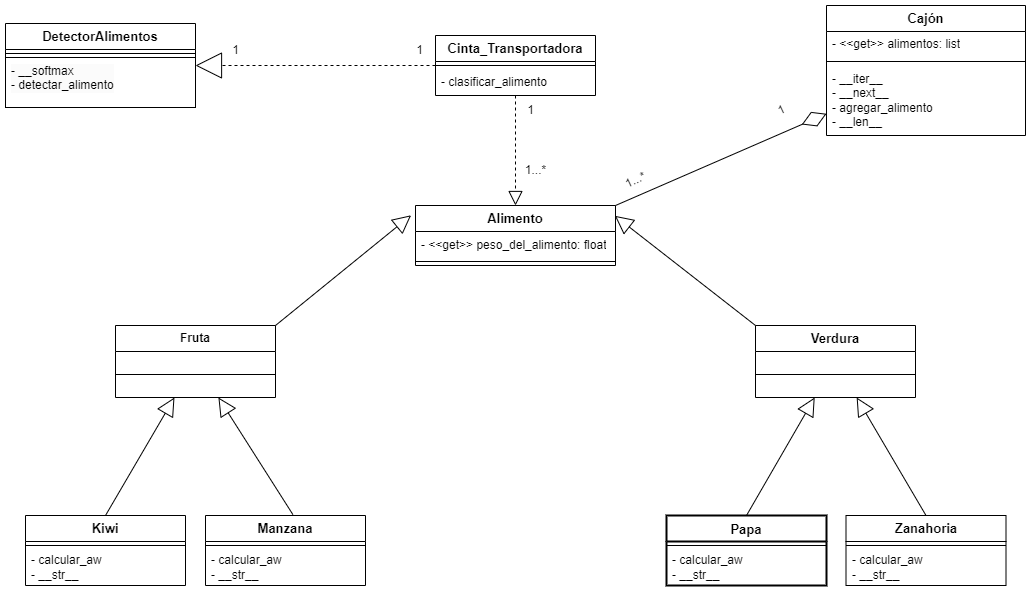
This is TrabajoPractico_2/proyecto_2 Cinta Transportadora/docs/Diagrama TP2 parte 2.drawio.png from acaporizzo/PA_2024, a draw.io export, as it was before one commit. Source tidied: cells renumbered, new cells last; positions are measured from the earlier drawing's top-left corner, leaving out a move shared by most shapes.
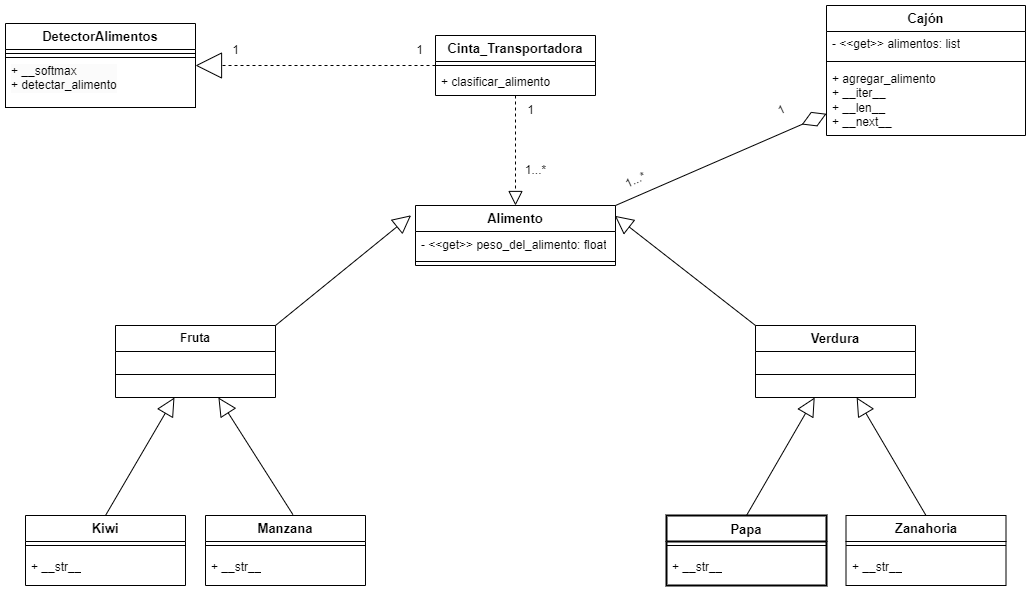
After the commit.

Commit message:
arreglé uml

What changed in the source:
```diff
@@ -20,7 +20,7 @@
     <mxCell id="7" style="line;strokeWidth=1;fillColor=none;align=left;verticalAlign=middle;spacingTop=-1;spacingLeft=3;spacingRight=3;labelPosition=right;strokeColor=inherit;swimlaneLine=1;" parent="5" vertex="1">
       <mxGeometry y="52" width="199" height="8" as="geometry" />
     </mxCell>
-    <mxCell id="8" value="- __iter__&lt;br&gt;- __next__&lt;br&gt;- agregar_alimento&lt;br&gt;- __len__" style="text;strokeColor=none;fillColor=none;align=left;verticalAlign=middle;spacingLeft=4;spacingRight=4;overflow=hidden;whiteSpace=wrap;html=1;swimlaneLine=1;" parent="5" vertex="1">
+    <mxCell id="8" value="&lt;div&gt;+ agregar_alimento&lt;br&gt;&lt;/div&gt;+ __iter__&lt;br&gt;+ __len__&lt;br&gt;&lt;div&gt;+ __next__&lt;br&gt;&lt;/div&gt;" style="text;strokeColor=none;fillColor=none;align=left;verticalAlign=middle;spacingLeft=4;spacingRight=4;overflow=hidden;whiteSpace=wrap;html=1;swimlaneLine=1;" parent="5" vertex="1">
       <mxGeometry y="60" width="199" height="70" as="geometry" />
     </mxCell>
     <mxCell id="9" value="&lt;font style=&quot;font-size: 13px;&quot;&gt;Cinta_Transportadora&lt;/font&gt;" style="swimlane;fontStyle=1;align=center;verticalAlign=middle;horizontal=1;startSize=26;whiteSpace=wrap;html=1;fillColor=none;strokeColor=default;swimlaneLine=1;" parent="1" vertex="1">
@@ -29,7 +29,7 @@
     <mxCell id="10" style="line;strokeWidth=1;fillColor=none;align=left;verticalAlign=middle;spacingTop=-1;spacingLeft=3;spacingRight=3;labelPosition=right;strokeColor=inherit;swimlaneLine=1;" parent="9" vertex="1">
       <mxGeometry y="26" width="160" height="8" as="geometry" />
     </mxCell>
-    <mxCell id="11" value="- clasificar_alimento" style="text;strokeColor=none;fillColor=none;align=left;verticalAlign=middle;spacingLeft=4;spacingRight=4;overflow=hidden;whiteSpace=wrap;html=1;swimlaneLine=1;" parent="9" vertex="1">
+    <mxCell id="11" value="+ clasificar_alimento" style="text;strokeColor=none;fillColor=none;align=left;verticalAlign=middle;spacingLeft=4;spacingRight=4;overflow=hidden;whiteSpace=wrap;html=1;swimlaneLine=1;" parent="9" vertex="1">
       <mxGeometry y="34" width="160" height="26" as="geometry" />
     </mxCell>
     <mxCell id="12" value="Fruta" style="swimlane;fontStyle=1;align=center;verticalAlign=middle;horizontal=1;startSize=26;whiteSpace=wrap;html=1;fillColor=default;strokeColor=default;swimlaneLine=1;" parent="1" vertex="1">
@@ -58,7 +58,7 @@
     <mxCell id="19" style="line;strokeWidth=1;fillColor=none;align=left;verticalAlign=middle;spacingTop=-1;spacingLeft=3;spacingRight=3;labelPosition=right;strokeColor=inherit;swimlaneLine=1;" parent="18" vertex="1">
       <mxGeometry y="26" width="160" height="8" as="geometry" />
     </mxCell>
-    <mxCell id="20" value="- calcular_aw&lt;br style=&quot;border-color: var(--border-color);&quot;&gt;- __str__" style="text;strokeColor=none;fillColor=none;align=left;verticalAlign=middle;spacingLeft=4;spacingRight=4;overflow=hidden;whiteSpace=wrap;html=1;swimlaneLine=1;" parent="18" vertex="1">
+    <mxCell id="20" value="+ __str__" style="text;strokeColor=none;fillColor=none;align=left;verticalAlign=middle;spacingLeft=4;spacingRight=4;overflow=hidden;whiteSpace=wrap;html=1;swimlaneLine=1;" parent="18" vertex="1">
       <mxGeometry y="34" width="160" height="36" as="geometry" />
     </mxCell>
     <mxCell id="21" value="&lt;font style=&quot;font-size: 13px;&quot;&gt;Kiwi&lt;/font&gt;" style="swimlane;fontStyle=1;align=center;verticalAlign=middle;horizontal=1;startSize=26;whiteSpace=wrap;html=1;fillColor=none;strokeColor=default;swimlaneLine=1;" parent="1" vertex="1">
@@ -67,7 +67,7 @@
     <mxCell id="22" style="line;strokeWidth=1;fillColor=none;align=left;verticalAlign=middle;spacingTop=-1;spacingLeft=3;spacingRight=3;labelPosition=right;strokeColor=inherit;swimlaneLine=1;" parent="21" vertex="1">
       <mxGeometry y="26" width="160" height="8" as="geometry" />
     </mxCell>
-    <mxCell id="23" value="- calcular_aw&lt;br&gt;- __str__" style="text;strokeColor=none;fillColor=none;align=left;verticalAlign=middle;spacingLeft=4;spacingRight=4;overflow=hidden;whiteSpace=wrap;html=1;swimlaneLine=1;" parent="21" vertex="1">
+    <mxCell id="23" value="+ __str__" style="text;strokeColor=none;fillColor=none;align=left;verticalAlign=middle;spacingLeft=4;spacingRight=4;overflow=hidden;whiteSpace=wrap;html=1;swimlaneLine=1;" parent="21" vertex="1">
       <mxGeometry y="34" width="160" height="36" as="geometry" />
     </mxCell>
     <mxCell id="24" value="&lt;font style=&quot;font-size: 13px;&quot;&gt;Papa&lt;/font&gt;" style="swimlane;fontStyle=1;align=center;verticalAlign=top;horizontal=1;startSize=26;whiteSpace=wrap;html=1;fillColor=none;strokeColor=default;strokeWidth=2;swimlaneLine=1;" parent="1" vertex="1">
@@ -76,7 +76,7 @@
     <mxCell id="25" style="line;strokeWidth=1;fillColor=none;align=left;verticalAlign=middle;spacingTop=-1;spacingLeft=3;spacingRight=3;labelPosition=right;strokeColor=inherit;swimlaneLine=1;" parent="24" vertex="1">
       <mxGeometry y="26" width="160" height="8" as="geometry" />
     </mxCell>
-    <mxCell id="26" value="- calcular_aw&lt;br style=&quot;border-color: var(--border-color);&quot;&gt;- __str__" style="text;strokeColor=none;fillColor=none;align=left;verticalAlign=middle;spacingLeft=4;spacingRight=4;overflow=hidden;whiteSpace=wrap;html=1;swimlaneLine=1;" parent="24" vertex="1">
+    <mxCell id="26" value="+ __str__" style="text;strokeColor=none;fillColor=none;align=left;verticalAlign=middle;spacingLeft=4;spacingRight=4;overflow=hidden;whiteSpace=wrap;html=1;swimlaneLine=1;" parent="24" vertex="1">
       <mxGeometry y="34" width="160" height="36" as="geometry" />
     </mxCell>
     <mxCell id="27" value="&lt;font style=&quot;font-size: 13px;&quot;&gt;Zanahoria&lt;/font&gt;" style="swimlane;fontStyle=1;align=center;verticalAlign=middle;horizontal=1;startSize=26;whiteSpace=wrap;html=1;fillColor=none;strokeColor=default;swimlaneLine=1;" parent="1" vertex="1">
@@ -85,7 +85,7 @@
     <mxCell id="28" style="line;strokeWidth=1;fillColor=none;align=left;verticalAlign=middle;spacingTop=-1;spacingLeft=3;spacingRight=3;labelPosition=right;strokeColor=inherit;swimlaneLine=1;" parent="27" vertex="1">
       <mxGeometry y="26" width="160" height="8" as="geometry" />
     </mxCell>
-    <mxCell id="29" value="- calcular_aw&lt;br style=&quot;border-color: var(--border-color);&quot;&gt;- __str__" style="text;strokeColor=none;fillColor=none;align=left;verticalAlign=middle;spacingLeft=4;spacingRight=4;overflow=hidden;whiteSpace=wrap;html=1;swimlaneLine=1;" parent="27" vertex="1">
+    <mxCell id="29" value="+ __str__" style="text;strokeColor=none;fillColor=none;align=left;verticalAlign=middle;spacingLeft=4;spacingRight=4;overflow=hidden;whiteSpace=wrap;html=1;swimlaneLine=1;" parent="27" vertex="1">
       <mxGeometry y="34" width="160" height="36" as="geometry" />
     </mxCell>
     <mxCell id="30" style="endArrow=block;endSize=16;endFill=0;html=1;rounded=0;entryX=0.997;entryY=0.172;entryDx=0;entryDy=0;entryPerimeter=0;exitX=0;exitY=0;exitDx=0;exitDy=0;swimlaneLine=1;" parent="1" edge="1" source="14" target="2">
@@ -127,7 +127,7 @@
     <mxCell id="42" style="line;strokeWidth=1;fillColor=none;align=left;verticalAlign=middle;spacingTop=-1;spacingLeft=3;spacingRight=3;labelPosition=right;strokeColor=inherit;swimlaneLine=1;" parent="41" vertex="1">
       <mxGeometry y="26" width="190" height="8" as="geometry" />
     </mxCell>
-    <mxCell id="43" value="&lt;p style=&quot;border-color: var(--border-color); color: rgb(0, 0, 0); font-family: Helvetica; font-size: 12px; font-style: normal; font-variant-ligatures: normal; font-variant-caps: normal; font-weight: 400; letter-spacing: normal; orphans: 2; text-align: left; text-indent: 0px; text-transform: none; widows: 2; word-spacing: 0px; -webkit-text-stroke-width: 0px; background-color: rgb(251, 251, 251); text-decoration-thickness: initial; text-decoration-style: initial; text-decoration-color: initial; margin: 0px 0px 0px 4px;&quot;&gt;- __softmax&lt;/p&gt;&lt;p style=&quot;border-color: var(--border-color); color: rgb(0, 0, 0); font-family: Helvetica; font-size: 12px; font-style: normal; font-variant-ligatures: normal; font-variant-caps: normal; font-weight: 400; letter-spacing: normal; orphans: 2; text-align: left; text-indent: 0px; text-transform: none; widows: 2; word-spacing: 0px; -webkit-text-stroke-width: 0px; background-color: rgb(251, 251, 251); text-decoration-thickness: initial; text-decoration-style: initial; text-decoration-color: initial; margin: 0px 0px 0px 4px;&quot;&gt;- detectar_alimento&lt;/p&gt;" style="text;whiteSpace=wrap;html=1;swimlaneLine=1;strokeColor=default;" parent="41" vertex="1">
+    <mxCell id="43" value="&lt;p style=&quot;border-color: var(--border-color); color: rgb(0, 0, 0); font-family: Helvetica; font-size: 12px; font-style: normal; font-variant-ligatures: normal; font-variant-caps: normal; font-weight: 400; letter-spacing: normal; orphans: 2; text-align: left; text-indent: 0px; text-transform: none; widows: 2; word-spacing: 0px; -webkit-text-stroke-width: 0px; background-color: rgb(251, 251, 251); text-decoration-thickness: initial; text-decoration-style: initial; text-decoration-color: initial; margin: 0px 0px 0px 4px;&quot;&gt;+ __softmax&lt;/p&gt;&lt;p style=&quot;border-color: var(--border-color); color: rgb(0, 0, 0); font-family: Helvetica; font-size: 12px; font-style: normal; font-variant-ligatures: normal; font-variant-caps: normal; font-weight: 400; letter-spacing: normal; orphans: 2; text-align: left; text-indent: 0px; text-transform: none; widows: 2; word-spacing: 0px; -webkit-text-stroke-width: 0px; background-color: rgb(251, 251, 251); text-decoration-thickness: initial; text-decoration-style: initial; text-decoration-color: initial; margin: 0px 0px 0px 4px;&quot;&gt;+ detectar_alimento&lt;/p&gt;" style="text;whiteSpace=wrap;html=1;swimlaneLine=1;strokeColor=default;" parent="41" vertex="1">
       <mxGeometry y="34" width="190" height="50" as="geometry" />
     </mxCell>
     <mxCell id="44" value="1" style="text;html=1;align=center;verticalAlign=middle;strokeColor=none;fillColor=none;rotation=-25;swimlaneLine=1;" parent="1" vertex="1">
```
